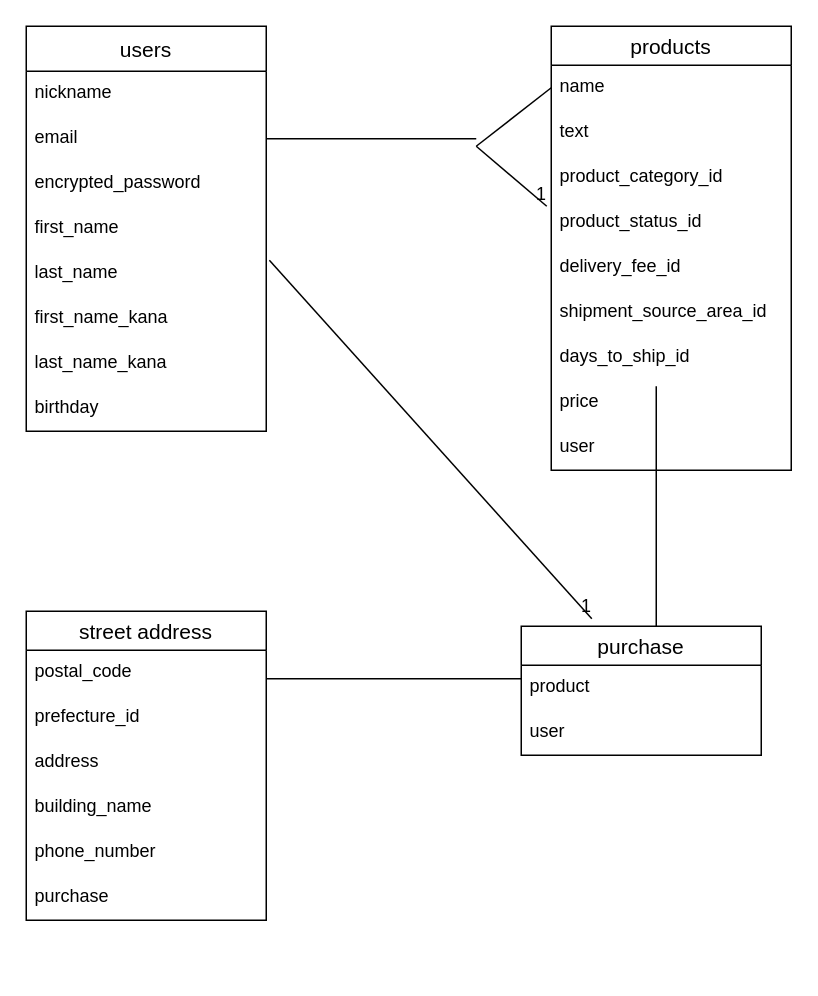
This is app/views/test.dio from hayasan19/furima-28197, a draw.io file, before an edit. Source tidied: cells renumbered, new cells numbered last; positions are measured from the earlier drawing's top-left corner, leaving out a move shared by most shapes. Both pictures are drawn from the tidied source at 150%, with x=0, y=0 at pixel (26, 26).
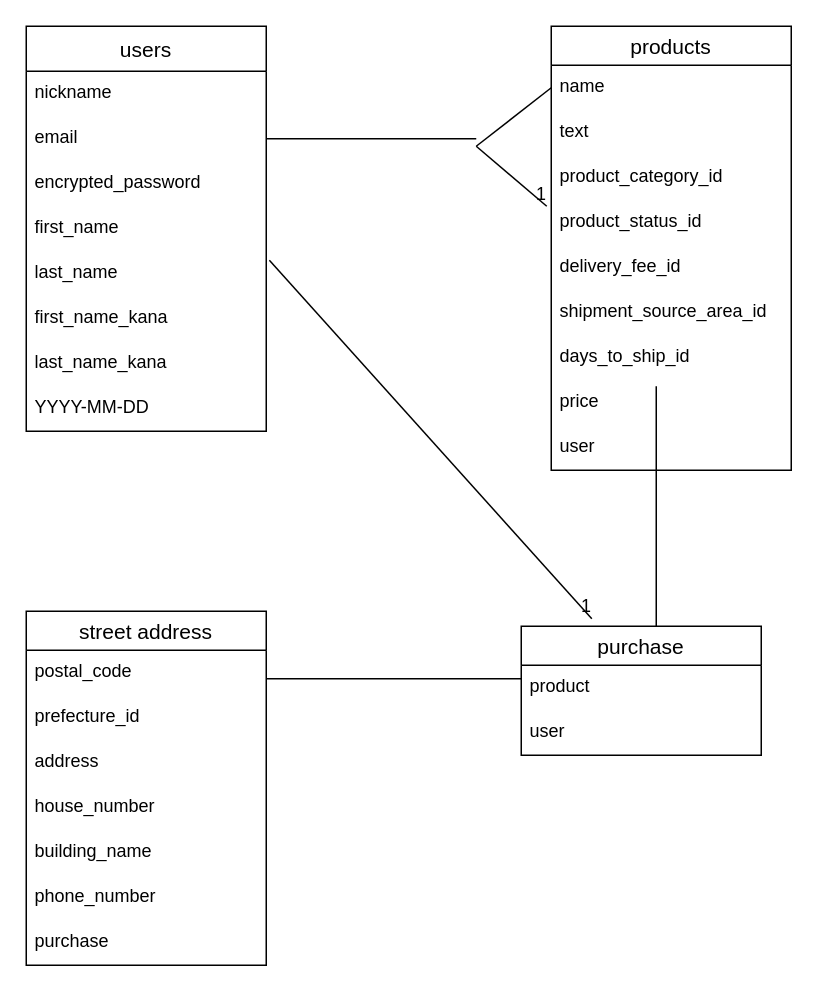
The same diagram, later.

Commit message (it also covers changes not shown here):
DB設計 (修正4回目)

The change refers to these unchanged cells:
```xml
<mxCell id="2" value="users" style="swimlane;fontStyle=0;horizontal=1;startSize=30;align=center;fontSize=14;" parent="1" vertex="1">
  <mxGeometry width="160" height="270" as="geometry" />
</mxCell>
```

The edit, as a diff of the source:
```diff
@@
-    <mxCell id="10" value="birthday" style="text;strokeColor=none;fillColor=none;spacingLeft=4;spacingRight=4;overflow=hidden;fontSize=12;" parent="2" vertex="1">
+    <mxCell id="10" value="YYYY-MM-DD" style="text;strokeColor=none;fillColor=none;spacingLeft=4;spacingRight=4;overflow=hidden;fontSize=12;" parent="2" vertex="1">
       <mxGeometry y="240" width="160" height="30" as="geometry" />
     </mxCell>
@@
     <mxCell id="30" value="street address" style="swimlane;fontStyle=0;horizontal=1;startSize=26;align=center;fontSize=14;" parent="1" vertex="1">
-      <mxGeometry y="390" width="160" height="206" as="geometry" />
+      <mxGeometry y="390" width="160" height="236" as="geometry" />
     </mxCell>
@@
+    <mxCell id="39" value="house_number " style="text;strokeColor=none;fillColor=none;spacingLeft=4;spacingRight=4;overflow=hidden;fontSize=12;" parent="30" vertex="1">
+      <mxGeometry y="116" width="160" height="30" as="geometry" />
+    </mxCell>
     <mxCell id="34" value="building_name" style="text;strokeColor=none;fillColor=none;spacingLeft=4;spacingRight=4;overflow=hidden;fontSize=12;" parent="30" vertex="1">
-      <mxGeometry y="116" width="160" height="30" as="geometry" />
+      <mxGeometry y="146" width="160" height="30" as="geometry" />
     </mxCell>
     <mxCell id="35" value="phone_number" style="text;strokeColor=none;fillColor=none;spacingLeft=4;spacingRight=4;overflow=hidden;fontSize=12;" parent="30" vertex="1">
-      <mxGeometry y="146" width="160" height="30" as="geometry" />
+      <mxGeometry y="176" width="160" height="30" as="geometry" />
     </mxCell>
     <mxCell id="36" value="purchase" style="text;strokeColor=none;fillColor=none;spacingLeft=4;spacingRight=4;overflow=hidden;fontSize=12;" parent="30" vertex="1">
-      <mxGeometry y="176" width="160" height="30" as="geometry" />
+      <mxGeometry y="206" width="160" height="30" as="geometry" />
     </mxCell>
```
